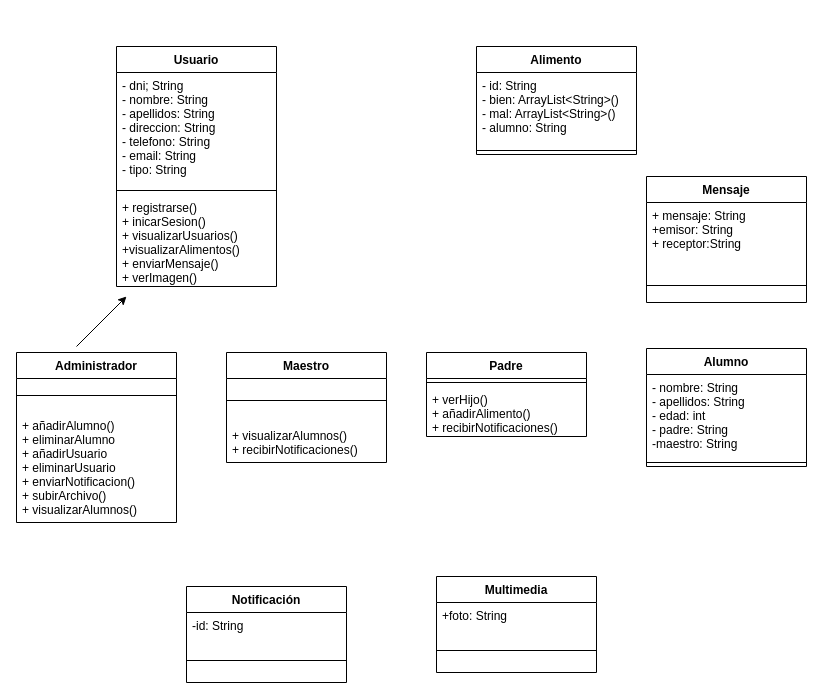
This is ERHuerto.drawio from KBL-C/AppHuertoOlivo, a draw.io file, before an edit. Source tidied: cells renumbered, new cells numbered last; positions are measured from the earlier drawing's top-left corner, leaving out a move shared by most shapes. Both pictures are drawn from the tidied source at 100%, with x=0, y=0 at pixel (16, 46).
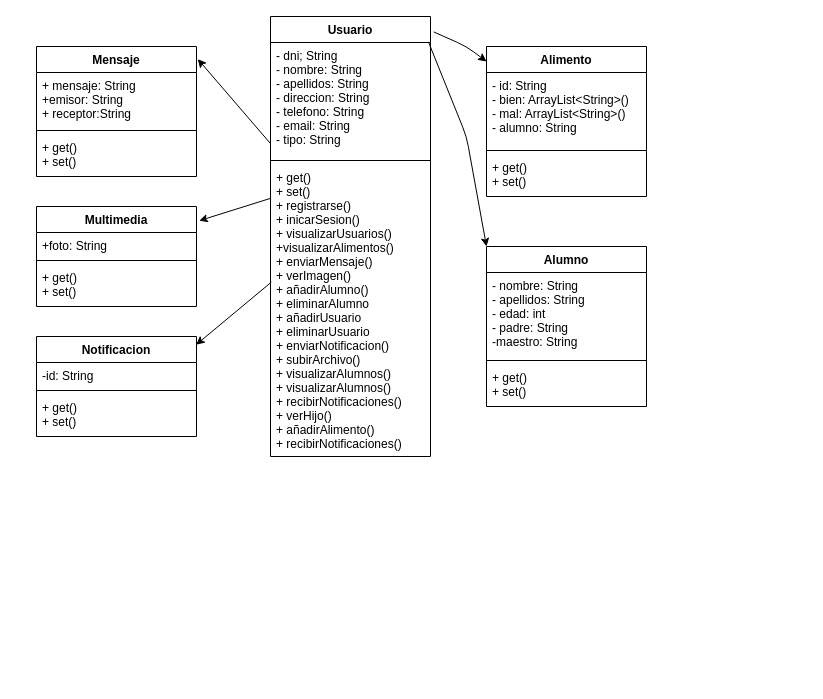
Above is the later version.

The change refers to these unchanged cells:
```xml
<mxCell id="3" value="- dni; String&#10;- nombre: String&#10;- apellidos: String&#10;- direccion: String&#10;- telefono: String&#10;- email: String&#10;- tipo: String&#10;" style="text;strokeColor=none;fillColor=none;align=left;verticalAlign=top;spacingLeft=4;spacingRight=4;overflow=hidden;points=[[0,0.5],[1,0.5]];portConstraint=eastwest;" parent="2" vertex="1">
  <mxGeometry y="26" width="160" height="114" as="geometry" />
</mxCell>
```

Diff of the diagram source:
```diff
@@
     <mxCell id="2" value="Usuario" style="swimlane;fontStyle=1;align=center;verticalAlign=top;horizontal=1;startSize=26;" parent="1" vertex="1">
-      <mxGeometry x="100" width="160" height="240" as="geometry" />
+      <mxGeometry x="254" y="-30" width="160" height="440" as="geometry" />
     </mxCell>
@@
-    <mxCell id="5" value="+ registrarse()&#10;+ inicarSesion()&#10;+ visualizarUsuarios()&#10;+visualizarAlimentos()&#10;+ enviarMensaje()&#10;+ verImagen()" style="text;strokeColor=none;fillColor=none;align=left;verticalAlign=top;spacingLeft=4;spacingRight=4;overflow=hidden;points=[[0,0.5],[1,0.5]];portConstraint=eastwest;" parent="2" vertex="1">
-      <mxGeometry y="148" width="160" height="92" as="geometry" />
+    <mxCell id="5" value="+ get()&#10;+ set()&#10;+ registrarse()&#10;+ inicarSesion()&#10;+ visualizarUsuarios()&#10;+visualizarAlimentos()&#10;+ enviarMensaje()&#10;+ verImagen()&#10;+ añadirAlumno()&#10;+ eliminarAlumno&#10;+ añadirUsuario&#10;+ eliminarUsuario&#10;+ enviarNotificacion()&#10;+ subirArchivo()&#10;+ visualizarAlumnos()&#10;+ visualizarAlumnos()&#10;+ recibirNotificaciones()&#10;+ verHijo()&#10;+ añadirAlimento()&#10;+ recibirNotificaciones()&#10;" style="text;strokeColor=none;fillColor=none;align=left;verticalAlign=top;spacingLeft=4;spacingRight=4;overflow=hidden;points=[[0,0.5],[1,0.5]];portConstraint=eastwest;" parent="2" vertex="1">
+      <mxGeometry y="148" width="160" height="292" as="geometry" />
     </mxCell>
     <mxCell id="6" value="Alimento" style="swimlane;fontStyle=1;align=center;verticalAlign=top;horizontal=1;startSize=26;" parent="1" vertex="1">
-      <mxGeometry x="460" width="160" height="108" as="geometry" />
+      <mxGeometry x="470" width="160" height="150" as="geometry" />
     </mxCell>
@@
+    <mxCell id="31" value="+ get()&#10;+ set()" style="text;strokeColor=none;fillColor=none;align=left;verticalAlign=top;spacingLeft=4;spacingRight=4;overflow=hidden;" parent="6" vertex="1">
+      <mxGeometry y="108" width="160" height="42" as="geometry" />
+    </mxCell>
+    <mxCell id="12" value="Mensaje" style="swimlane;fontStyle=1;align=center;verticalAlign=top;horizontal=1;startSize=26;" parent="1" vertex="1">
+      <mxGeometry x="20" width="160" height="130" as="geometry" />
+    </mxCell>
+    <mxCell id="13" value="+ mensaje: String&#10;+emisor: String&#10;+ receptor:String" style="text;strokeColor=none;fillColor=none;align=left;verticalAlign=top;spacingLeft=4;spacingRight=4;overflow=hidden;" parent="12" vertex="1">
+      <mxGeometry y="26" width="160" height="54" as="geometry" />
+    </mxCell>
+    <mxCell id="32" style="line;strokeWidth=1;fillColor=none;align=left;verticalAlign=middle;spacingTop=-1;spacingLeft=3;spacingRight=3;labelPosition=right;" parent="12" vertex="1">
+      <mxGeometry y="80" width="160" height="8" as="geometry" />
+    </mxCell>
+    <mxCell id="33" value="+ get()&#10;+ set()" style="text;strokeColor=none;fillColor=none;align=left;verticalAlign=top;spacingLeft=4;spacingRight=4;overflow=hidden;" parent="12" vertex="1">
+      <mxGeometry y="88" width="160" height="42" as="geometry" />
+    </mxCell>
     <mxCell id="9" value="Alumno" style="swimlane;fontStyle=1;align=center;verticalAlign=top;horizontal=1;startSize=26;" parent="1" vertex="1">
-      <mxGeometry x="630" y="302" width="160" height="118" as="geometry" />
+      <mxGeometry x="470" y="200" width="160" height="160" as="geometry" />
     </mxCell>
@@
-    <mxCell id="12" value="Mensaje" style="swimlane;fontStyle=1;align=center;verticalAlign=top;horizontal=1;startSize=26;" parent="1" vertex="1">
-      <mxGeometry x="630" y="130" width="160" height="126" as="geometry" />
-    </mxCell>
-    <mxCell id="13" value="+ mensaje: String&#10;+emisor: String&#10;+ receptor:String" style="text;strokeColor=none;fillColor=none;align=left;verticalAlign=top;spacingLeft=4;spacingRight=4;overflow=hidden;" parent="12" vertex="1">
-      <mxGeometry y="26" width="160" height="66" as="geometry" />
-    </mxCell>
-    <mxCell id="14" style="line;strokeWidth=1;fillColor=none;align=left;verticalAlign=middle;spacingTop=-1;spacingLeft=3;spacingRight=3;labelPosition=right;" parent="12" vertex="1">
-      <mxGeometry y="92" width="160" height="34" as="geometry" />
-    </mxCell>
+    <mxCell id="34" value="+ get()&#10;+ set()" style="text;strokeColor=none;fillColor=none;align=left;verticalAlign=top;spacingLeft=4;spacingRight=4;overflow=hidden;" parent="9" vertex="1">
+      <mxGeometry y="118" width="160" height="42" as="geometry" />
+    </mxCell>
     <mxCell id="15" value="Multimedia" style="swimlane;fontStyle=1;align=center;verticalAlign=top;horizontal=1;startSize=26;" parent="1" vertex="1">
-      <mxGeometry x="420" y="530" width="160" height="96" as="geometry" />
+      <mxGeometry x="20" y="160" width="160" height="100" as="geometry" />
     </mxCell>
     <mxCell id="16" value="+foto: String" style="text;strokeColor=none;fillColor=none;align=left;verticalAlign=top;spacingLeft=4;spacingRight=4;overflow=hidden;" parent="15" vertex="1">
-      <mxGeometry y="26" width="160" height="26" as="geometry" />
+      <mxGeometry y="26" width="160" height="24" as="geometry" />
     </mxCell>
-    <mxCell id="17" style="line;strokeWidth=1;fillColor=none;align=left;verticalAlign=middle;spacingTop=-1;spacingLeft=3;spacingRight=3;labelPosition=right;" parent="15" vertex="1">
-      <mxGeometry y="52" width="160" height="44" as="geometry" />
-    </mxCell>
-    <mxCell id="18" value="Administrador" style="swimlane;fontStyle=1;align=center;verticalAlign=top;horizontal=1;startSize=26;" parent="1" vertex="1">
-      <mxGeometry y="306" width="160" height="170" as="geometry" />
-    </mxCell>
-    <mxCell id="19" style="line;strokeWidth=1;fillColor=none;align=left;verticalAlign=middle;spacingTop=-1;spacingLeft=3;spacingRight=3;labelPosition=right;" parent="18" vertex="1">
-      <mxGeometry y="26" width="160" height="34" as="geometry" />
-    </mxCell>
-    <mxCell id="20" value="+ añadirAlumno()&#10;+ eliminarAlumno&#10;+ añadirUsuario&#10;+ eliminarUsuario&#10;+ enviarNotificacion()&#10;+ subirArchivo()&#10;+ visualizarAlumnos()&#10;" style="text;strokeColor=none;fillColor=none;align=left;verticalAlign=top;spacingLeft=4;spacingRight=4;overflow=hidden;" parent="18" vertex="1">
-      <mxGeometry y="60" width="160" height="110" as="geometry" />
-    </mxCell>
-    <mxCell id="21" value="Maestro" style="swimlane;fontStyle=1;align=center;verticalAlign=top;horizontal=1;startSize=26;" parent="1" vertex="1">
-      <mxGeometry x="210" y="306" width="160" height="110" as="geometry" />
-    </mxCell>
-    <mxCell id="22" style="line;strokeWidth=1;fillColor=none;align=left;verticalAlign=middle;spacingTop=-1;spacingLeft=3;spacingRight=3;labelPosition=right;" parent="21" vertex="1">
-      <mxGeometry y="26" width="160" height="44" as="geometry" />
-    </mxCell>
-    <mxCell id="23" value="+ visualizarAlumnos()&#10;+ recibirNotificaciones()" style="text;strokeColor=none;fillColor=none;align=left;verticalAlign=top;spacingLeft=4;spacingRight=4;overflow=hidden;" parent="21" vertex="1">
-      <mxGeometry y="70" width="160" height="40" as="geometry" />
-    </mxCell>
-    <mxCell id="24" value="Padre" style="swimlane;fontStyle=1;align=center;verticalAlign=top;horizontal=1;startSize=26;" parent="1" vertex="1">
-      <mxGeometry x="410" y="306" width="160" height="84" as="geometry" />
-    </mxCell>
-    <mxCell id="25" style="line;strokeWidth=1;fillColor=none;align=left;verticalAlign=middle;spacingTop=-1;spacingLeft=3;spacingRight=3;labelPosition=right;" parent="24" vertex="1">
-      <mxGeometry y="26" width="160" height="8" as="geometry" />
-    </mxCell>
-    <mxCell id="26" value="+ verHijo()&#10;+ añadirAlimento()&#10;+ recibirNotificaciones()" style="text;strokeColor=none;fillColor=none;align=left;verticalAlign=top;spacingLeft=4;spacingRight=4;overflow=hidden;" parent="24" vertex="1">
-      <mxGeometry y="34" width="160" height="50" as="geometry" />
-    </mxCell>
-    <mxCell id="27" value="Notificación" style="swimlane;fontStyle=1;align=center;verticalAlign=top;horizontal=1;startSize=26;" parent="1" vertex="1">
-      <mxGeometry x="170" y="540" width="160" height="96" as="geometry" />
-    </mxCell>
+    <mxCell id="35" style="line;strokeWidth=1;fillColor=none;align=left;verticalAlign=middle;spacingTop=-1;spacingLeft=3;spacingRight=3;labelPosition=right;" parent="15" vertex="1">
+      <mxGeometry y="50" width="160" height="8" as="geometry" />
+    </mxCell>
+    <mxCell id="36" value="+ get()&#10;+ set()" style="text;strokeColor=none;fillColor=none;align=left;verticalAlign=top;spacingLeft=4;spacingRight=4;overflow=hidden;" parent="15" vertex="1">
+      <mxGeometry y="58" width="160" height="42" as="geometry" />
+    </mxCell>
+    <mxCell id="37" value="Notificacion" style="swimlane;fontStyle=1;align=center;verticalAlign=top;horizontal=1;startSize=26;" parent="1" vertex="1">
+      <mxGeometry x="20" y="290" width="160" height="100" as="geometry" />
+    </mxCell>
-    <mxCell id="28" value="-id: String" style="text;strokeColor=none;fillColor=none;align=left;verticalAlign=top;spacingLeft=4;spacingRight=4;overflow=hidden;" parent="27" vertex="1">
-      <mxGeometry y="26" width="160" height="26" as="geometry" />
+    <mxCell id="28" value="-id: String" style="text;strokeColor=none;fillColor=none;align=left;verticalAlign=top;spacingLeft=4;spacingRight=4;overflow=hidden;" parent="37" vertex="1">
+      <mxGeometry y="26" width="160" height="24" as="geometry" />
     </mxCell>
-    <mxCell id="29" style="line;strokeWidth=1;fillColor=none;align=left;verticalAlign=middle;spacingTop=-1;spacingLeft=3;spacingRight=3;labelPosition=right;" parent="27" vertex="1">
-      <mxGeometry y="52" width="160" height="44" as="geometry" />
-    </mxCell>
-    <mxCell id="30" style="endArrow=classic;html=1;" parent="1" edge="1">
-      <mxGeometry relative="1" as="geometry">
-        <mxPoint x="60" y="300" as="sourcePoint" />
-        <mxPoint x="110" y="250" as="targetPoint" />
-      </mxGeometry>
-    </mxCell>
+    <mxCell id="38" style="line;strokeWidth=1;fillColor=none;align=left;verticalAlign=middle;spacingTop=-1;spacingLeft=3;spacingRight=3;labelPosition=right;" parent="37" vertex="1">
+      <mxGeometry y="50" width="160" height="8" as="geometry" />
+    </mxCell>
+    <mxCell id="39" value="+ get()&#10;+ set()" style="text;strokeColor=none;fillColor=none;align=left;verticalAlign=top;spacingLeft=4;spacingRight=4;overflow=hidden;" parent="37" vertex="1">
+      <mxGeometry y="58" width="160" height="42" as="geometry" />
+    </mxCell>
+    <mxCell id="40" style="endArrow=classic;html=1;exitX=1.02;exitY=0.035;exitDx=0;exitDy=0;exitPerimeter=0;" parent="1" edge="1" source="2" target="6">
+      <mxGeometry relative="1" as="geometry">
+        <Array as="points">
+          <mxPoint x="450" />
+        </Array>
+      </mxGeometry>
+    </mxCell>
+    <mxCell id="41" style="endArrow=classic;html=1;exitX=0.99;exitY=0.005;exitDx=0;exitDy=0;exitPerimeter=0;entryX=0;entryY=0;entryDx=0;entryDy=0;" parent="1" edge="1" source="3" target="9">
+      <mxGeometry relative="1" as="geometry">
+        <Array as="points">
+          <mxPoint x="450" y="90" />
+        </Array>
+      </mxGeometry>
+    </mxCell>
+    <mxCell id="42" style="endArrow=classic;html=1;entryX=1.008;entryY=0.097;entryDx=0;entryDy=0;entryPerimeter=0;" parent="1" edge="1" source="2" target="12">
+      <mxGeometry relative="1" as="geometry" />
+    </mxCell>
+    <mxCell id="43" style="endArrow=classic;html=1;exitX=0;exitY=0.116;exitDx=0;exitDy=0;exitPerimeter=0;entryX=1.017;entryY=0.142;entryDx=0;entryDy=0;entryPerimeter=0;" parent="1" edge="1" source="5" target="15">
+      <mxGeometry relative="1" as="geometry" />
+    </mxCell>
+    <mxCell id="44" style="endArrow=classic;html=1;exitX=0.005;exitY=0.403;exitDx=0;exitDy=0;exitPerimeter=0;entryX=0.998;entryY=0.082;entryDx=0;entryDy=0;entryPerimeter=0;" parent="1" edge="1" source="5" target="37">
+      <mxGeometry relative="1" as="geometry" />
+    </mxCell>
```
